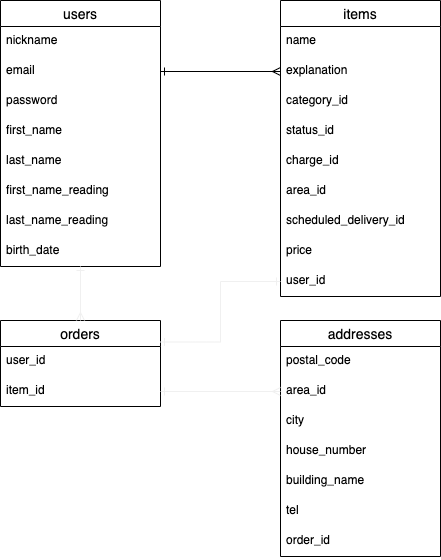
This is config/furima35541.drawio.png from ma-sensei-web/furima-35541, a draw.io export, as it was before one commit. Source tidied: cells renumbered, new cells last; positions are measured from the earlier drawing's top-left corner, leaving out a move shared by most shapes.
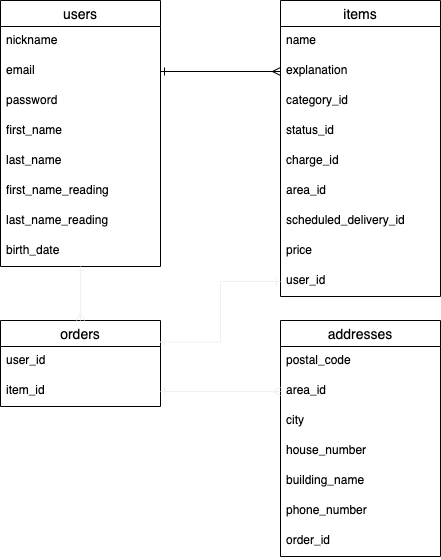
The same file after the commit.

Change to the diagram source:
```diff
@@ -86,7 +86,7 @@
     <mxCell id="29" value="building_name" style="text;strokeColor=none;fillColor=none;spacingLeft=4;spacingRight=4;overflow=hidden;fontSize=12;" parent="24" vertex="1">
       <mxGeometry y="146" width="160" height="30" as="geometry" />
     </mxCell>
-    <mxCell id="30" value="tel" style="text;strokeColor=none;fillColor=none;spacingLeft=4;spacingRight=4;overflow=hidden;fontSize=12;" parent="24" vertex="1">
+    <mxCell id="30" value="phone_number" style="text;strokeColor=none;fillColor=none;spacingLeft=4;spacingRight=4;overflow=hidden;fontSize=12;" parent="24" vertex="1">
       <mxGeometry y="176" width="160" height="30" as="geometry" />
     </mxCell>
     <mxCell id="31" value="order_id" style="text;strokeColor=none;fillColor=none;spacingLeft=4;spacingRight=4;overflow=hidden;fontSize=12;" parent="24" vertex="1">
```
